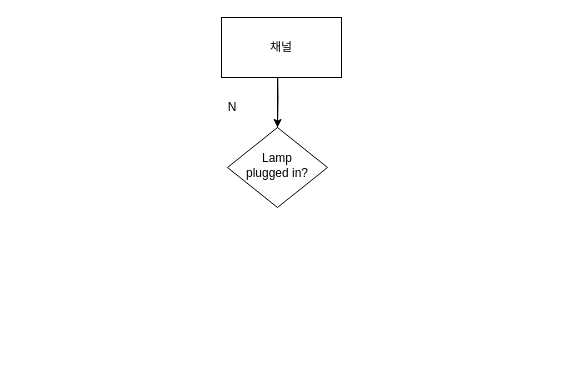
Earlier version of the draw.io diagram Untitled Diagram.drawio (qksl22/Wanna). Source tidied: cells renumbered, new cells numbered last; positions are measured from the earlier drawing's top-left corner, leaving out a move shared by most shapes. Both pictures are drawn from the tidied source at 100%, with x=0, y=0 at pixel (207, 17).
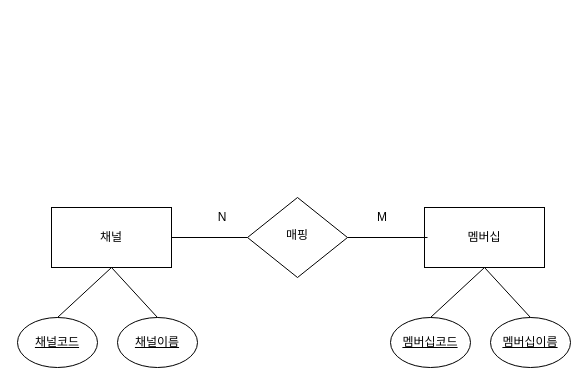
The same diagram, later.

Diff of the diagram source:
```diff
@@
 <mxGraphModel>
   <root>
     <mxCell id="0" />
     <mxCell id="1" parent="0" />
-    <mxCell id="2" value="Lamp&lt;br&gt;plugged in?" style="rhombus;whiteSpace=wrap;html=1;shadow=0;fontFamily=Helvetica;fontSize=12;align=center;strokeWidth=1;spacing=6;spacingTop=-4;" parent="1" vertex="1">
-      <mxGeometry x="20" y="110" width="100" height="80" as="geometry" />
+    <mxCell id="2" value="매핑" style="rhombus;whiteSpace=wrap;html=1;shadow=0;fontFamily=Helvetica;fontSize=12;align=center;strokeWidth=1;spacing=6;spacingTop=-4;" parent="1" vertex="1">
+      <mxGeometry x="40" y="180" width="100" height="80" as="geometry" />
     </mxCell>
-    <mxCell id="3" style="endArrow=none;html=1;rounded=0;entryX=0.5;entryY=1;entryDx=0;entryDy=0;" parent="1" edge="1" source="2">
-      <mxGeometry relative="1" as="geometry">
-        <mxPoint x="70" y="60" as="targetPoint" />
-      </mxGeometry>
-    </mxCell>
     <mxCell id="4" value="N" style="text;html=1;strokeColor=none;fillColor=none;align=center;verticalAlign=middle;whiteSpace=wrap;rounded=0;" parent="1" vertex="1">
-      <mxGeometry y="80" width="50" height="20" as="geometry" />
+      <mxGeometry x="-10" y="190" width="50" height="20" as="geometry" />
     </mxCell>
-    <mxCell id="5" style="edgeStyle=orthogonalEdgeStyle;rounded=0;jettySize=auto;html=1;" parent="1" edge="1" target="2">
-      <mxGeometry relative="1" as="geometry">
-        <mxPoint x="70" y="50" as="sourcePoint" />
-      </mxGeometry>
-    </mxCell>
     <mxCell id="6" value="채널" style="rounded=0;whiteSpace=wrap;html=1;" parent="1" vertex="1">
-      <mxGeometry x="14" width="120" height="60" as="geometry" />
+      <mxGeometry x="-156" y="190" width="120" height="60" as="geometry" />
     </mxCell>
+    <mxCell id="7" style="endArrow=none;html=1;rounded=0;exitX=1;exitY=0.5;exitDx=0;exitDy=0;entryX=0;entryY=0.5;entryDx=0;entryDy=0;" parent="1" edge="1" source="6" target="2">
+      <mxGeometry relative="1" as="geometry" />
+    </mxCell>
+    <mxCell id="8" value="&lt;u&gt;채널코드&lt;/u&gt;" style="ellipse;whiteSpace=wrap;html=1;" parent="1" vertex="1">
+      <mxGeometry x="-190" y="300" width="80" height="50" as="geometry" />
+    </mxCell>
+    <mxCell id="9" value="&lt;u&gt;채널이름&lt;/u&gt;" style="ellipse;whiteSpace=wrap;html=1;" parent="1" vertex="1">
+      <mxGeometry x="-90" y="300" width="80" height="50" as="geometry" />
+    </mxCell>
+    <mxCell id="10" style="endArrow=none;html=1;rounded=0;entryX=0.5;entryY=1;entryDx=0;entryDy=0;exitX=0.5;exitY=0;exitDx=0;exitDy=0;" parent="1" edge="1" source="9" target="6">
+      <mxGeometry relative="1" as="geometry" />
+    </mxCell>
+    <mxCell id="11" style="endArrow=none;html=1;rounded=0;exitX=0.5;exitY=0;exitDx=0;exitDy=0;entryX=0.5;entryY=1;entryDx=0;entryDy=0;" parent="1" edge="1" source="8" target="6">
+      <mxGeometry relative="1" as="geometry" />
+    </mxCell>
+    <mxCell id="12" value="멤버십" style="rounded=0;whiteSpace=wrap;html=1;" parent="1" vertex="1">
+      <mxGeometry x="217" y="190" width="120" height="60" as="geometry" />
+    </mxCell>
+    <mxCell id="13" value="&lt;u&gt;멤버십코드&lt;/u&gt;" style="ellipse;whiteSpace=wrap;html=1;" parent="1" vertex="1">
+      <mxGeometry x="183" y="300" width="80" height="50" as="geometry" />
+    </mxCell>
+    <mxCell id="14" value="&lt;u&gt;멤버십이름&lt;/u&gt;" style="ellipse;whiteSpace=wrap;html=1;" parent="1" vertex="1">
+      <mxGeometry x="283" y="300" width="80" height="50" as="geometry" />
+    </mxCell>
+    <mxCell id="15" style="endArrow=none;html=1;rounded=0;entryX=0.5;entryY=1;entryDx=0;entryDy=0;exitX=0.5;exitY=0;exitDx=0;exitDy=0;" parent="1" edge="1" source="14" target="12">
+      <mxGeometry relative="1" as="geometry" />
+    </mxCell>
+    <mxCell id="16" style="endArrow=none;html=1;rounded=0;exitX=0.5;exitY=0;exitDx=0;exitDy=0;entryX=0.5;entryY=1;entryDx=0;entryDy=0;" parent="1" edge="1" source="13" target="12">
+      <mxGeometry relative="1" as="geometry" />
+    </mxCell>
+    <mxCell id="17" value="M" style="text;html=1;strokeColor=none;fillColor=none;align=center;verticalAlign=middle;whiteSpace=wrap;rounded=0;" parent="1" vertex="1">
+      <mxGeometry x="150" y="190" width="50" height="20" as="geometry" />
+    </mxCell>
+    <mxCell id="18" style="endArrow=none;html=1;rounded=0;exitX=1;exitY=0.5;exitDx=0;exitDy=0;" parent="1" edge="1">
+      <mxGeometry relative="1" as="geometry">
+        <mxPoint x="140" y="220" as="sourcePoint" />
+        <mxPoint x="220" y="220" as="targetPoint" />
+      </mxGeometry>
+    </mxCell>
   </root>
 </mxGraphModel>
```
